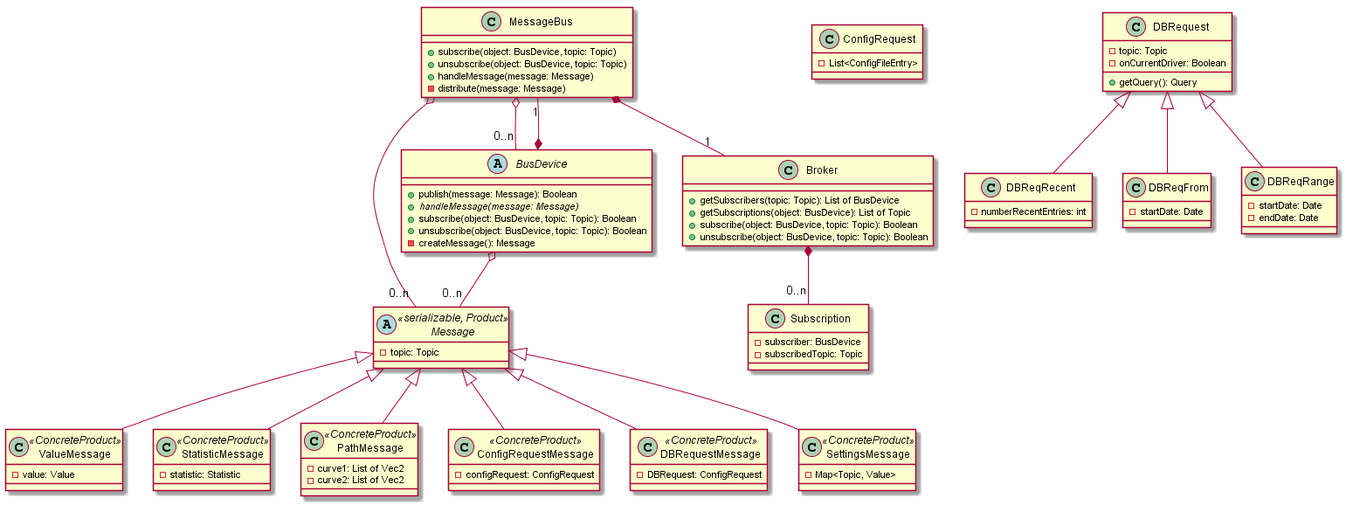
This is Entwurf/diagrams/Bus.png from uzdry/PSE, a PlantUML export, as it was before one commit.
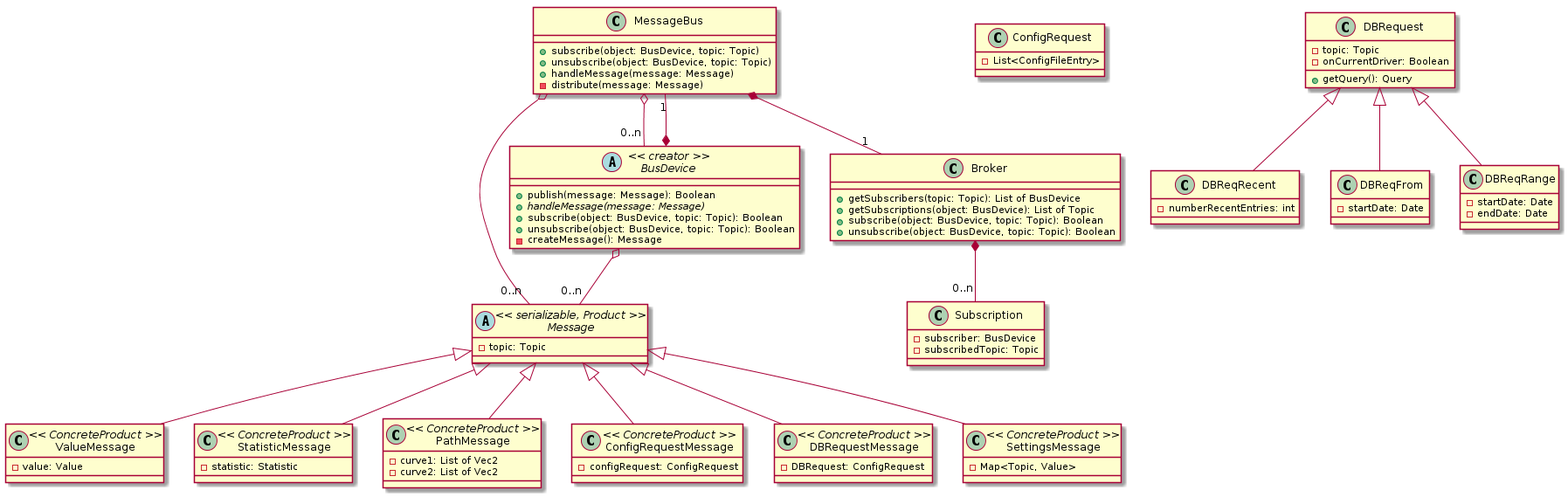
Later version of the same file.

The edit, as a diff of the source:
```diff
@@ -52,7 +52,7 @@
 	-endDate: Date
 }
 
-abstract class BusDevice {
+abstract class BusDevice << creator >>{
 	+publish(message: Message): Boolean
 	+{abstract}handleMessage(message: Message)
 	+subscribe(object: BusDevice, topic: Topic): Boolean
```
